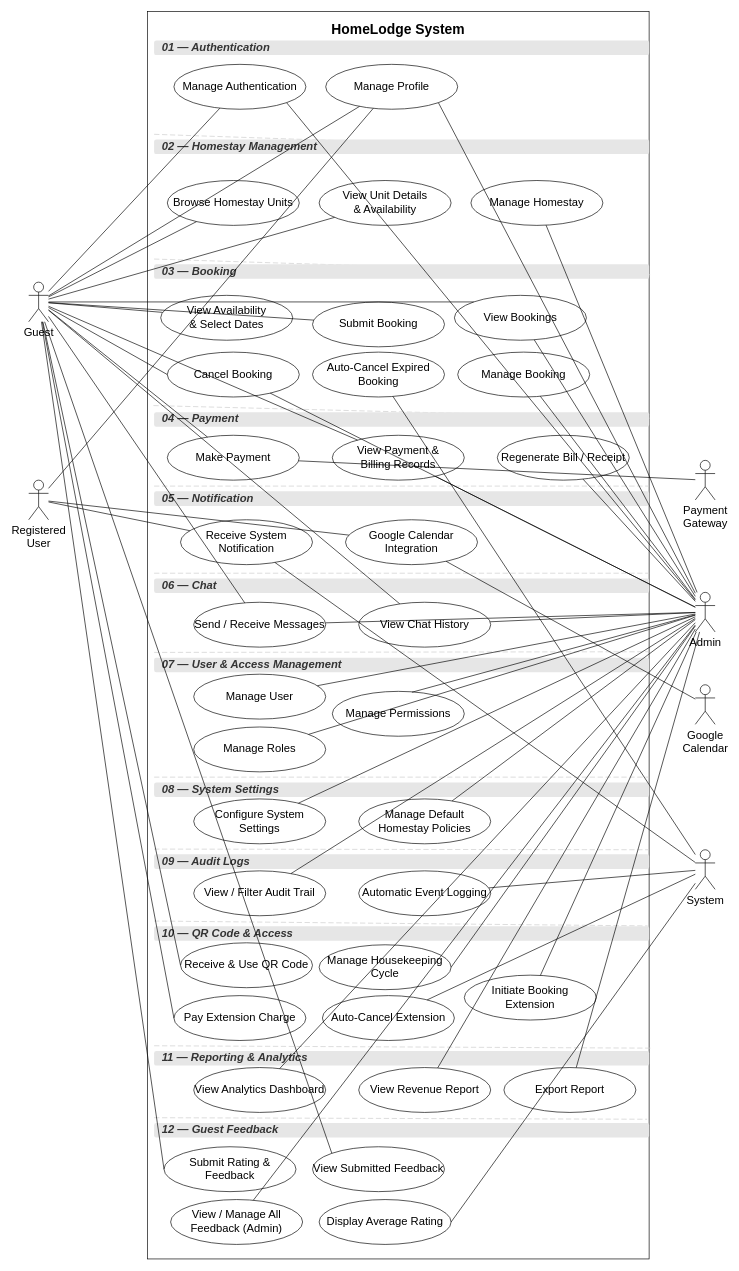
This is page "Page-2" (2 of 3) of docs/PSM/use-case-diagrams/UC-Combined.drawio from aisyahumairah/HomeLodge-Doc, a draw.io file, before an edit. Source tidied: cells renumbered, new cells numbered last; positions are measured from the earlier drawing's top-left corner, leaving out a move shared by most shapes. Both pictures are drawn from the tidied source at 66%, with x=0, y=0 at pixel (28, 11).
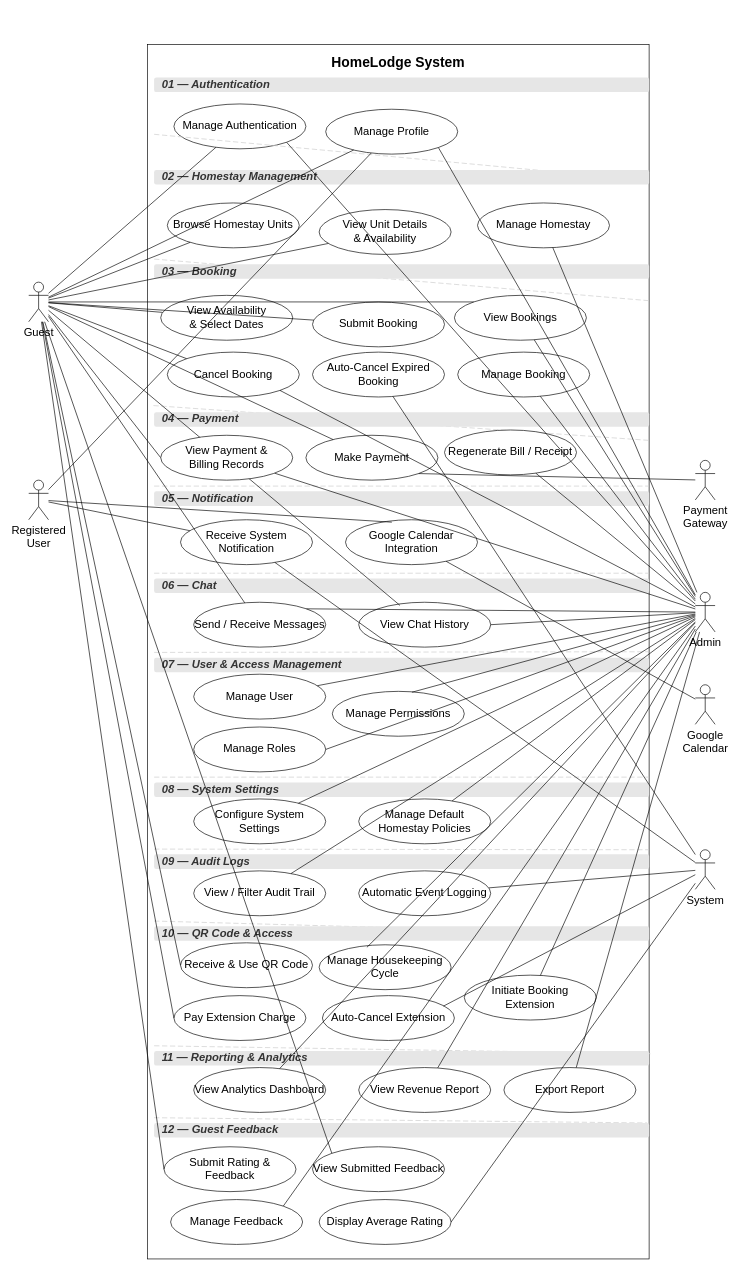
After the change.

Unchanged cells that the change refers to:
```xml
<mxCell id="3" value="Guest" style="shape=umlActor;verticalLabelPosition=bottom;verticalAlign=top;html=1;outlineConnect=0;fontSize=17;" parent="1" vertex="1">
  <mxGeometry y="410" width="30" height="60" as="geometry" />
</mxCell>
<mxCell id="4" value="Registered&#10;User" style="shape=umlActor;verticalLabelPosition=bottom;verticalAlign=top;html=1;outlineConnect=0;fontSize=17;" parent="1" vertex="1">
  <mxGeometry y="710" width="30" height="60" as="geometry" />
</mxCell>
<mxCell id="5" value="Payment&#10;Gateway" style="shape=umlActor;verticalLabelPosition=bottom;verticalAlign=top;html=1;outlineConnect=0;fontSize=17;" parent="1" vertex="1">
  <mxGeometry x="1010" y="680" width="30" height="60" as="geometry" />
</mxCell>
<mxCell id="6" value="Admin" style="shape=umlActor;verticalLabelPosition=bottom;verticalAlign=top;html=1;outlineConnect=0;fontSize=17;" parent="1" vertex="1">
  <mxGeometry x="1010" y="880" width="30" height="60" as="geometry" />
</mxCell>
<mxCell id="8" value="System" style="shape=umlActor;verticalLabelPosition=bottom;verticalAlign=top;html=1;outlineConnect=0;fontSize=17;" parent="1" vertex="1">
  <mxGeometry x="1010" y="1270" width="30" height="60" as="geometry" />
</mxCell>
<mxCell id="22" value="Cancel Booking" style="ellipse;whiteSpace=wrap;html=1;fontSize=17;" parent="1" vertex="1">
  <mxGeometry x="210" y="516" width="200" height="68" as="geometry" />
</mxCell>
<mxCell id="33" value="Google Calendar&lt;br&gt;Integration" style="ellipse;whiteSpace=wrap;html=1;fontSize=17;" parent="1" vertex="1">
  <mxGeometry x="480" y="770" width="200" height="68" as="geometry" />
</mxCell>
<mxCell id="36" value="Send / Receive Messages" style="ellipse;whiteSpace=wrap;html=1;fontSize=17;" parent="1" vertex="1">
  <mxGeometry x="250" y="895" width="200" height="68" as="geometry" />
</mxCell>
<mxCell id="37" value="View Chat History" style="ellipse;whiteSpace=wrap;html=1;fontSize=17;" parent="1" vertex="1">
  <mxGeometry x="500" y="895" width="200" height="68" as="geometry" />
</mxCell>
<mxCell id="41" value="Manage Roles" style="ellipse;whiteSpace=wrap;html=1;fontSize=17;" parent="1" vertex="1">
  <mxGeometry x="250" y="1084" width="200" height="68" as="geometry" />
</mxCell>
<mxCell id="54" value="Manage Housekeeping&lt;br&gt;Cycle" style="ellipse;whiteSpace=wrap;html=1;fontSize=17;" parent="1" vertex="1">
  <mxGeometry x="440" y="1414" width="200" height="68" as="geometry" />
</mxCell>
<mxCell id="57" value="Auto-Cancel Extension" style="ellipse;whiteSpace=wrap;html=1;fontSize=17;" parent="1" vertex="1">
  <mxGeometry x="445" y="1491" width="200" height="68" as="geometry" />
</mxCell>
```

What changed in the source:
```diff
@@
     <mxCell id="2" value="&lt;font style=&quot;font-size: 21px;&quot;&gt;HomeLodge System&lt;/font&gt;" style="rounded=0;whiteSpace=wrap;html=1;fillColor=none;strokeColor=#000000;fontSize=17;fontStyle=1;verticalAlign=top;arcSize=0;spacingTop=8;" parent="1" vertex="1">
-      <mxGeometry x="180" width="760" height="1890" as="geometry" />
+      <mxGeometry x="180" y="50" width="760" height="1840" as="geometry" />
     </mxCell>
@@
     <mxCell id="9" value="01 — Authentication" style="text;html=1;strokeColor=none;fillColor=#E6E6E6;fontSize=17;fontStyle=3;align=left;verticalAlign=middle;spacingLeft=10;fontColor=#333333;rounded=1;" parent="1" vertex="1">
-      <mxGeometry x="190" y="44" width="750" height="22" as="geometry" />
+      <mxGeometry x="190" y="100" width="750" height="22" as="geometry" />
     </mxCell>
     <mxCell id="10" value="Manage Authentication" style="ellipse;whiteSpace=wrap;html=1;fontSize=17;" parent="1" vertex="1">
-      <mxGeometry x="220" y="80" width="200" height="68" as="geometry" />
+      <mxGeometry x="220" y="140" width="200" height="68" as="geometry" />
     </mxCell>
     <mxCell id="11" value="Manage Profile" style="ellipse;whiteSpace=wrap;html=1;fontSize=17;" parent="1" vertex="1">
-      <mxGeometry x="450" y="80" width="200" height="68" as="geometry" />
+      <mxGeometry x="450" y="148" width="200" height="68" as="geometry" />
     </mxCell>
@@
     <mxCell id="13" value="02 — Homestay Management" style="text;html=1;strokeColor=none;fillColor=#E6E6E6;fontSize=17;fontStyle=3;align=left;verticalAlign=middle;spacingLeft=10;fontColor=#333333;rounded=1;" parent="1" vertex="1">
-      <mxGeometry x="190" y="194" width="750" height="22" as="geometry" />
+      <mxGeometry x="190" y="240" width="750" height="22" as="geometry" />
     </mxCell>
     <mxCell id="14" value="Browse Homestay Units" style="ellipse;whiteSpace=wrap;html=1;fontSize=17;" parent="1" vertex="1">
-      <mxGeometry x="210" y="256" width="200" height="68" as="geometry" />
+      <mxGeometry x="210" y="290" width="200" height="68" as="geometry" />
     </mxCell>
     <mxCell id="15" value="View Unit Details&lt;br&gt;&amp;amp; Availability" style="ellipse;whiteSpace=wrap;html=1;fontSize=17;" parent="1" vertex="1">
-      <mxGeometry x="440" y="256" width="200" height="68" as="geometry" />
+      <mxGeometry x="440" y="300" width="200" height="68" as="geometry" />
     </mxCell>
     <mxCell id="16" value="Manage Homestay" style="ellipse;whiteSpace=wrap;html=1;fontSize=17;" parent="1" vertex="1">
-      <mxGeometry x="670" y="256" width="200" height="68" as="geometry" />
+      <mxGeometry x="680" y="290" width="200" height="68" as="geometry" />
     </mxCell>
@@
     <mxCell id="27" value="Make Payment" style="ellipse;whiteSpace=wrap;html=1;fontSize=17;" parent="1" vertex="1">
-      <mxGeometry x="210" y="642" width="200" height="68" as="geometry" />
+      <mxGeometry x="420" y="642" width="200" height="68" as="geometry" />
     </mxCell>
-    <mxCell id="28" value="View Payment &amp;amp;&lt;br&gt;Billing Records" style="ellipse;whiteSpace=wrap;html=1;fontSize=17;" parent="1" vertex="1">
-      <mxGeometry x="460" y="642" width="200" height="68" as="geometry" />
-    </mxCell>
     <mxCell id="29" value="Regenerate Bill / Receipt" style="ellipse;whiteSpace=wrap;html=1;fontSize=17;" parent="1" vertex="1">
-      <mxGeometry x="710" y="642" width="200" height="68" as="geometry" />
+      <mxGeometry x="630" y="634" width="200" height="68" as="geometry" />
     </mxCell>
@@
-    <mxCell id="67" value="View / Manage All&lt;br&gt;Feedback (Admin)" style="ellipse;whiteSpace=wrap;html=1;fontSize=17;" parent="1" vertex="1">
+    <mxCell id="67" value="Manage Feedback" style="ellipse;whiteSpace=wrap;html=1;fontSize=17;" parent="1" vertex="1">
       <mxGeometry x="215" y="1800" width="200" height="68" as="geometry" />
     </mxCell>
@@
-    <mxCell id="76" style="endArrow=none;html=1;rounded=0;entryX=0;entryY=0.5;entryDx=0;entryDy=0;fontSize=17;" parent="1" edge="1" source="3" target="22">
+    <mxCell id="76" style="endArrow=none;html=1;rounded=0;entryX=0;entryY=0;entryDx=0;entryDy=0;fontSize=17;" parent="1" edge="1" source="3" target="22">
       <mxGeometry relative="1" as="geometry" />
     </mxCell>
@@
-    <mxCell id="78" style="endArrow=none;html=1;rounded=0;fontSize=17;" parent="1" edge="1" source="3" target="28">
+    <mxCell id="78" style="endArrow=none;html=1;rounded=0;fontSize=17;entryX=0;entryY=0.5;entryDx=0;entryDy=0;" parent="1" edge="1" source="3" target="28">
       <mxGeometry relative="1" as="geometry" />
     </mxCell>
@@
-    <mxCell id="80" style="endArrow=none;html=1;rounded=0;fontSize=17;" parent="1" edge="1" source="3" target="37">
+    <mxCell id="80" style="endArrow=none;html=1;rounded=0;fontSize=17;entryX=0.313;entryY=0.071;entryDx=0;entryDy=0;entryPerimeter=0;" parent="1" edge="1" source="3" target="37">
       <mxGeometry relative="1" as="geometry" />
     </mxCell>
@@
-    <mxCell id="87" style="endArrow=none;html=1;rounded=0;fontSize=17;" parent="1" edge="1" source="4" target="33">
+    <mxCell id="87" style="endArrow=none;html=1;rounded=0;fontSize=17;entryX=0.351;entryY=0.054;entryDx=0;entryDy=0;entryPerimeter=0;" parent="1" edge="1" source="4" target="33">
       <mxGeometry relative="1" as="geometry" />
     </mxCell>
@@
-    <mxCell id="92" style="endArrow=none;html=1;rounded=0;fontSize=17;" parent="1" edge="1" source="6" target="22">
-      <mxGeometry relative="1" as="geometry" />
-    </mxCell>
@@
-    <mxCell id="96" style="endArrow=none;html=1;rounded=0;fontSize=17;" parent="1" edge="1" source="6" target="36">
+    <mxCell id="96" style="endArrow=none;html=1;rounded=0;fontSize=17;entryX=1;entryY=0;entryDx=0;entryDy=0;" parent="1" edge="1" source="6" target="36">
       <mxGeometry relative="1" as="geometry" />
     </mxCell>
-    <mxCell id="97" style="endArrow=none;html=1;rounded=0;fontSize=17;" parent="1" edge="1" source="6" target="37">
+    <mxCell id="97" style="endArrow=none;html=1;rounded=0;fontSize=17;entryX=1;entryY=0.5;entryDx=0;entryDy=0;" parent="1" edge="1" source="6" target="37">
       <mxGeometry relative="1" as="geometry" />
     </mxCell>
@@
-    <mxCell id="99" style="endArrow=none;html=1;rounded=0;fontSize=17;" parent="1" edge="1" source="6" target="41">
+    <mxCell id="99" style="endArrow=none;html=1;rounded=0;fontSize=17;entryX=1;entryY=0.5;entryDx=0;entryDy=0;" parent="1" edge="1" source="6" target="41">
       <mxGeometry relative="1" as="geometry" />
     </mxCell>
@@
-    <mxCell id="104" style="endArrow=none;html=1;rounded=0;entryX=1;entryY=0.5;entryDx=0;entryDy=0;fontSize=17;" parent="1" edge="1" source="6" target="54">
+    <mxCell id="104" style="endArrow=none;html=1;rounded=0;entryX=0.362;entryY=0.056;entryDx=0;entryDy=0;fontSize=17;entryPerimeter=0;" parent="1" edge="1" source="6" target="54">
       <mxGeometry relative="1" as="geometry" />
     </mxCell>
@@
-    <mxCell id="109" style="endArrow=none;html=1;rounded=0;fontSize=17;" parent="1" edge="1" source="6" target="67">
+    <mxCell id="109" style="endArrow=none;html=1;rounded=0;fontSize=17;entryX=1;entryY=0;entryDx=0;entryDy=0;" parent="1" edge="1" source="6" target="67">
       <mxGeometry relative="1" as="geometry" />
     </mxCell>
@@
-    <mxCell id="113" style="endArrow=none;html=1;rounded=0;fontSize=17;" parent="1" edge="1" source="8" target="57">
+    <mxCell id="113" style="endArrow=none;html=1;rounded=0;fontSize=17;entryX=0.916;entryY=0.236;entryDx=0;entryDy=0;entryPerimeter=0;" parent="1" edge="1" source="8" target="57">
       <mxGeometry relative="1" as="geometry" />
     </mxCell>
@@
-    <mxCell id="115" style="endArrow=none;html=1;rounded=0;fontSize=17;" parent="1" edge="1" source="5" target="27">
+    <mxCell id="115" style="endArrow=none;html=1;rounded=0;fontSize=17;entryX=1;entryY=1;entryDx=0;entryDy=0;" parent="1" edge="1" source="5" target="27">
       <mxGeometry relative="1" as="geometry" />
     </mxCell>
@@
+    <mxCell id="92" style="endArrow=none;html=1;rounded=0;fontSize=17;entryX=1;entryY=1;entryDx=0;entryDy=0;" parent="1" edge="1" source="6" target="22">
+      <mxGeometry relative="1" as="geometry" />
+    </mxCell>
+    <mxCell id="28" value="View Payment &amp;amp;&lt;br&gt;Billing Records" style="ellipse;whiteSpace=wrap;html=1;fontSize=17;" parent="1" vertex="1">
+      <mxGeometry x="200" y="642" width="200" height="68" as="geometry" />
+    </mxCell>
```
